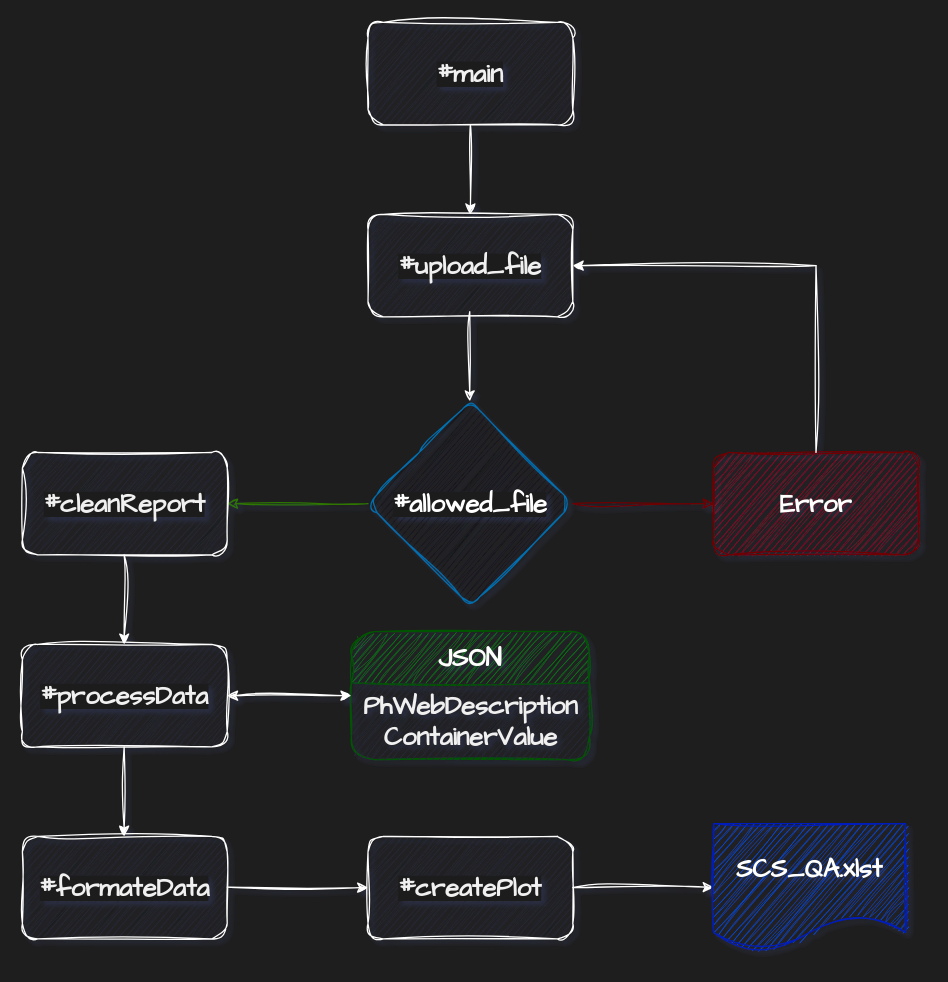
Above: Diagram.dio in jinjernot/matarael (draw.io), before the change. Source tidied: cells renumbered, new cells numbered last; positions are measured from the earlier drawing's top-left corner, leaving out a move shared by most shapes. Both pictures are drawn from the tidied source at 128%, with x=0, y=0 at pixel (22, 22).
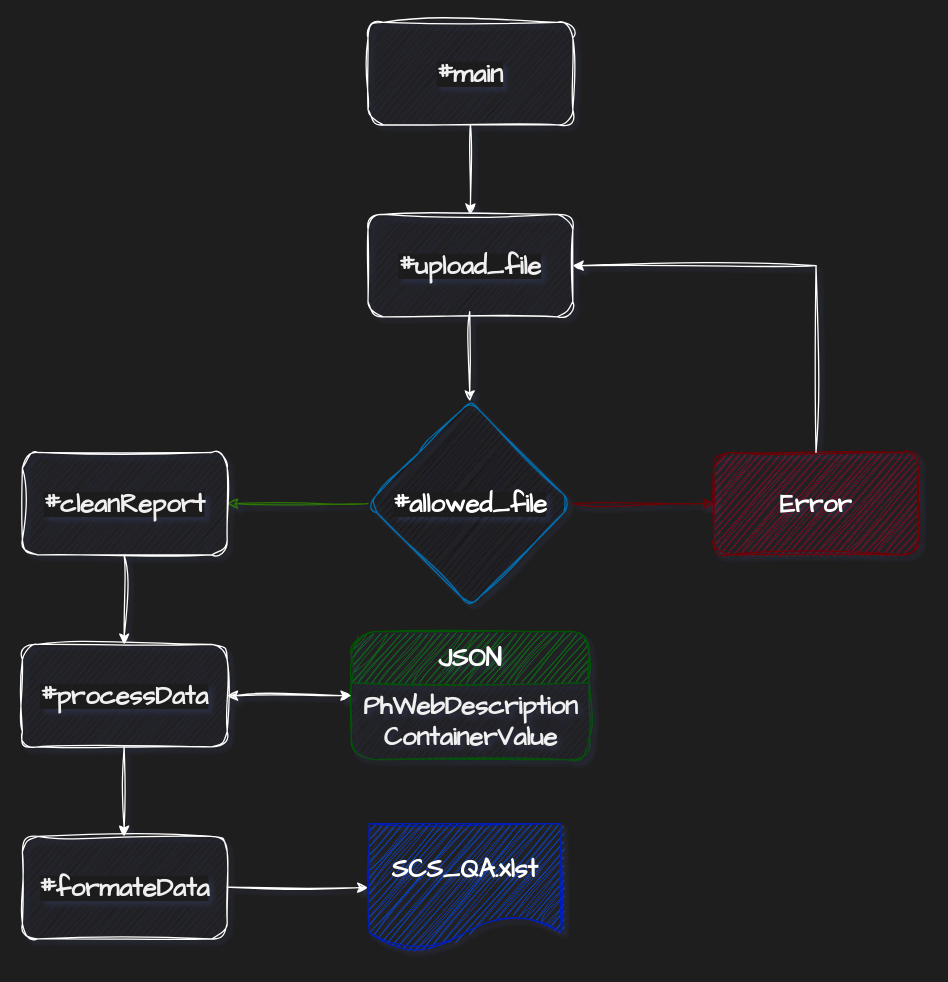
The same page after the edit.

What changed in the source:
```diff
@@
-    <mxCell id="16" style="endArrow=classic;html=1;fontFamily=Architects Daughter;fontSize=20;fontColor=#F0F0F0;exitX=1;exitY=0.5;exitDx=0;exitDy=0;entryX=0;entryY=0.5;entryDx=0;entryDy=0;sketch=1;curveFitting=1;jiggle=2;fontStyle=1;strokeColor=#FFFFFF;" parent="1" edge="1" target="17">
+    <mxCell id="16" style="endArrow=classic;html=1;fontFamily=Architects Daughter;fontSize=20;fontColor=#F0F0F0;exitX=1;exitY=0.5;exitDx=0;exitDy=0;entryX=0;entryY=0.5;entryDx=0;entryDy=0;sketch=1;curveFitting=1;jiggle=2;fontStyle=1;strokeColor=#FFFFFF;" parent="1" edge="1">
       <mxGeometry relative="1" as="geometry">
         <mxPoint x="160" y="675.5" as="sourcePoint" />
+        <mxPoint x="270" y="676" as="targetPoint" />
       </mxGeometry>
     </mxCell>
-    <mxCell id="17" value="&lt;div style=&quot;background-color: rgb(30, 30, 30); font-size: 20px; line-height: 20px;&quot;&gt;&lt;div style=&quot;line-height: 20px; font-size: 20px;&quot;&gt;&lt;font style=&quot;font-size: 20px;&quot;&gt;#createPlot&lt;/font&gt;&lt;/div&gt;&lt;/div&gt;" style="rounded=1;whiteSpace=wrap;html=1;strokeColor=#FFFFFF;fontFamily=Architects Daughter;fontSize=20;fontColor=#F0F0F0;fillColor=#282a36;sketch=1;curveFitting=1;jiggle=2;fontStyle=1;" parent="1" vertex="1">
-      <mxGeometry x="270" y="636" width="160" height="80" as="geometry" />
-    </mxCell>
-    <mxCell id="18" style="endArrow=classic;html=1;fontFamily=Architects Daughter;fontSize=20;fontColor=#F0F0F0;exitX=1;exitY=0.5;exitDx=0;exitDy=0;sketch=1;curveFitting=1;jiggle=2;fontStyle=1;strokeColor=#FFFFFF;" parent="1" edge="1" source="17">
-      <mxGeometry relative="1" as="geometry">
-        <mxPoint x="540" y="675.5" as="targetPoint" />
-      </mxGeometry>
-    </mxCell>
@@
     <mxCell id="22" value="SCS_QA.xlst" style="shape=document;whiteSpace=wrap;html=1;boundedLbl=1;strokeColor=#001DBC;fontFamily=Architects Daughter;fontSize=20;fontColor=#ffffff;fillColor=#0050ef;rounded=1;sketch=1;curveFitting=1;jiggle=2;fontStyle=1;" parent="1" vertex="1">
-      <mxGeometry x="540" y="626" width="150" height="100" as="geometry" />
+      <mxGeometry x="271" y="626" width="150" height="100" as="geometry" />
     </mxCell>
```
